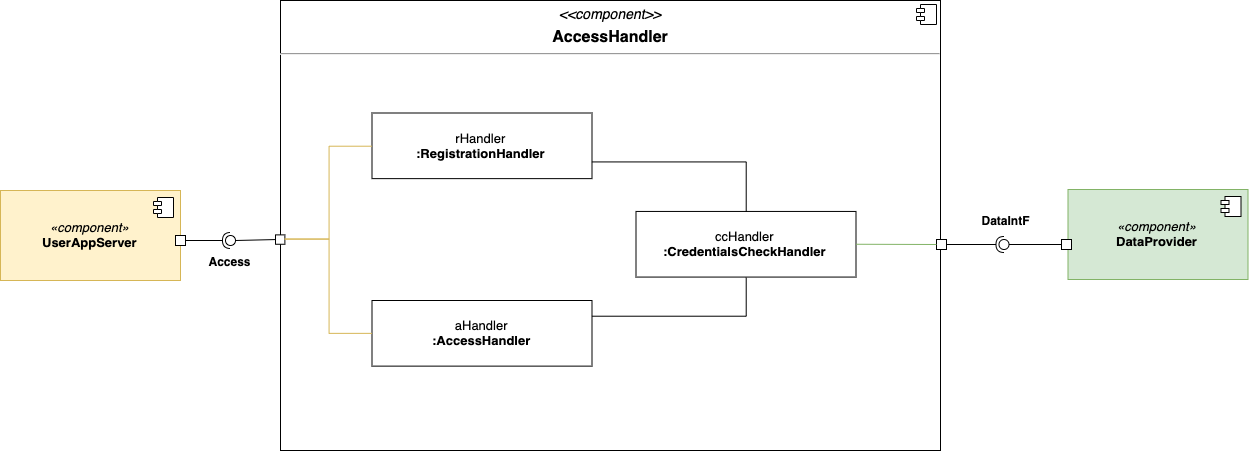
This is Releases/DD/img/diagrams/AccessHandlerComponent.png from amecava/safestreets, a draw.io export, as it was before one commit. Source tidied: cells renumbered, new cells last; positions are measured from the earlier drawing's top-left corner, leaving out a move shared by most shapes.
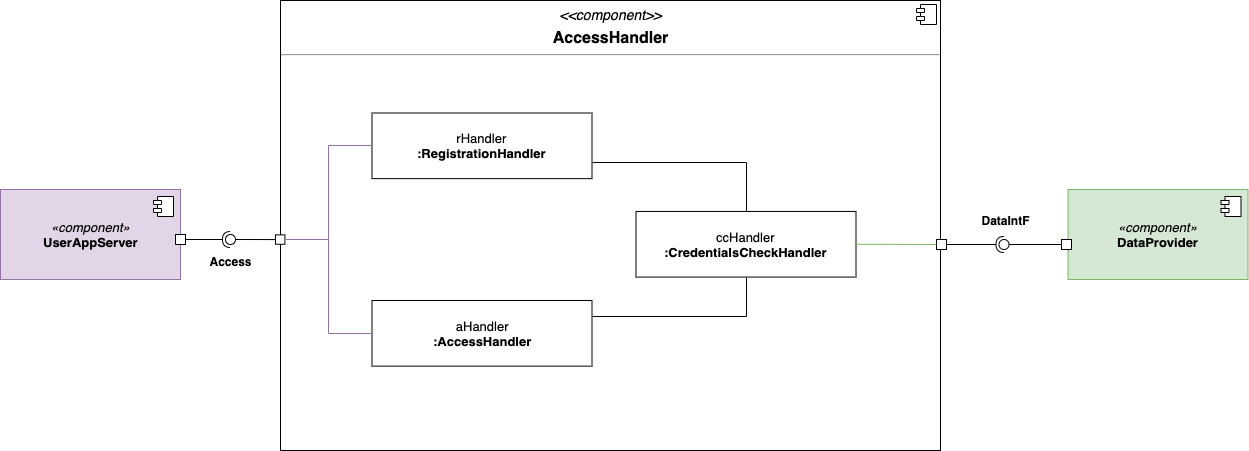
The same file after the commit.

Change to the diagram source:
```diff
@@ -2,7 +2,7 @@
   <root>
     <mxCell id="0" />
     <mxCell id="1" parent="0" />
-    <mxCell id="2" value="&lt;p style=&quot;margin: 6px 0px 0px ; text-align: center ; font-size: 14px&quot;&gt;&lt;i&gt;&lt;font style=&quot;font-size: 14px&quot;&gt;&amp;lt;&amp;lt;component&amp;gt;&amp;gt;&lt;/font&gt;&lt;/i&gt;&lt;/p&gt;&lt;p style=&quot;margin: 6px 0px 0px ; text-align: center&quot;&gt;&lt;b&gt;&lt;font style=&quot;font-size: 16px&quot;&gt;AccessHandler&lt;/font&gt;&lt;/b&gt;&lt;/p&gt;&lt;hr&gt;&lt;p style=&quot;margin: 0px ; margin-left: 8px&quot;&gt;&lt;br&gt;&lt;/p&gt;" style="align=left;overflow=fill;html=1;" parent="1" vertex="1">
+    <mxCell id="2" value="&lt;p style=&quot;margin: 6px 0px 0px ; text-align: center ; font-size: 14px&quot;&gt;&lt;i&gt;&lt;font style=&quot;font-size: 14px&quot;&gt;&amp;lt;&amp;lt;component&amp;gt;&amp;gt;&lt;/font&gt;&lt;/i&gt;&lt;/p&gt;&lt;p style=&quot;margin: 6px 0px 0px ; text-align: center&quot;&gt;&lt;span style=&quot;font-size: 16px&quot;&gt;&lt;b&gt;AccessHandler&lt;/b&gt;&lt;/span&gt;&lt;/p&gt;&lt;hr&gt;&lt;p style=&quot;margin: 0px ; margin-left: 8px&quot;&gt;&lt;br&gt;&lt;/p&gt;" style="align=left;overflow=fill;html=1;" parent="1" vertex="1">
       <mxGeometry x="280" width="660" height="450" as="geometry" />
     </mxCell>
     <mxCell id="3" style="shape=component;jettyWidth=8;jettyHeight=4;" parent="2" vertex="1">
@@ -28,20 +28,12 @@
     <mxCell id="9" style="whiteSpace=wrap;html=1;" parent="2" vertex="1">
       <mxGeometry x="-5" y="234.4" width="9.4" height="9.4" as="geometry" />
     </mxCell>
-    <mxCell id="10" style="endArrow=none;html=1;exitX=0;exitY=0.5;exitDx=0;exitDy=0;entryX=1;entryY=0.5;entryDx=0;entryDy=0;edgeStyle=orthogonalEdgeStyle;rounded=0;fillColor=#fff2cc;strokeColor=#d6b656;" parent="2" edge="1" source="4" target="9">
+    <mxCell id="10" style="endArrow=none;html=1;exitX=0;exitY=0.5;exitDx=0;exitDy=0;entryX=1;entryY=0.5;entryDx=0;entryDy=0;edgeStyle=orthogonalEdgeStyle;rounded=0;fillColor=#e1d5e7;strokeColor=#9673a6;" parent="2" edge="1" source="4" target="9">
       <mxGeometry relative="1" as="geometry" />
     </mxCell>
-    <mxCell id="11" style="endArrow=none;html=1;entryX=0;entryY=0.5;entryDx=0;entryDy=0;exitX=1;exitY=0.5;exitDx=0;exitDy=0;fillColor=#fff2cc;strokeColor=#d6b656;edgeStyle=orthogonalEdgeStyle;rounded=0;" parent="2" edge="1" source="9" target="5">
+    <mxCell id="11" style="endArrow=none;html=1;entryX=0;entryY=0.5;entryDx=0;entryDy=0;exitX=1;exitY=0.5;exitDx=0;exitDy=0;fillColor=#e1d5e7;strokeColor=#9673a6;edgeStyle=orthogonalEdgeStyle;rounded=0;" parent="2" edge="1" source="9" target="5">
       <mxGeometry relative="1" as="geometry" />
     </mxCell>
-    <mxCell id="12" value="&lt;i style=&quot;font-size: 13px;&quot;&gt;«component»&lt;br style=&quot;font-size: 13px;&quot;&gt;&lt;/i&gt;&lt;b style=&quot;font-size: 13px;&quot;&gt;UserAppServer&lt;/b&gt;" style="html=1;fillColor=#fff2cc;strokeColor=#d6b656;fontSize=13;" parent="1" vertex="1">
-      <mxGeometry y="190" width="180" height="90" as="geometry" />
-    </mxCell>
-    <mxCell id="13" style="shape=component;jettyWidth=8;jettyHeight=4;" parent="12" vertex="1">
-      <mxGeometry x="1" width="20" height="20" relative="1" as="geometry">
-        <mxPoint x="-27" y="7" as="offset" />
-      </mxGeometry>
-    </mxCell>
     <mxCell id="14" value="&lt;i style=&quot;font-size: 13px;&quot;&gt;«component»&lt;br style=&quot;font-size: 13px;&quot;&gt;&lt;/i&gt;&lt;b style=&quot;font-size: 13px;&quot;&gt;DataProvider&lt;/b&gt;" style="html=1;fillColor=#d5e8d4;strokeColor=#82b366;fontSize=13;" parent="1" vertex="1">
       <mxGeometry x="1067.5" y="189" width="180" height="90" as="geometry" />
     </mxCell>
@@ -50,9 +42,6 @@
         <mxPoint x="-27" y="7" as="offset" />
       </mxGeometry>
     </mxCell>
-    <mxCell id="16" style="whiteSpace=wrap;html=1;" parent="1" vertex="1">
-      <mxGeometry x="175" y="235" width="10" height="10" as="geometry" />
-    </mxCell>
     <mxCell id="17" style="whiteSpace=wrap;html=1;" parent="1" vertex="1">
       <mxGeometry x="936" y="239" width="10" height="10" as="geometry" />
     </mxCell>
@@ -62,11 +51,8 @@
     <mxCell id="19" style="rounded=0;jettySize=auto;html=1;endArrow=none;endFill=0;fontSize=13;exitX=0;exitY=0.5;exitDx=0;exitDy=0;" parent="1" edge="1" source="9" target="21">
       <mxGeometry relative="1" as="geometry" />
     </mxCell>
-    <mxCell id="20" style="rounded=0;jettySize=auto;html=1;endArrow=halfCircle;endFill=0;entryX=0.5;entryY=0.5;entryDx=0;entryDy=0;endSize=6;strokeWidth=1;fontSize=13;exitX=1;exitY=0.5;exitDx=0;exitDy=0;" parent="1" edge="1" source="16" target="21">
-      <mxGeometry relative="1" as="geometry" />
-    </mxCell>
     <mxCell id="21" style="ellipse;whiteSpace=wrap;html=1;fontFamily=Helvetica;fontSize=12;fontColor=#000000;align=center;strokeColor=#000000;fillColor=#ffffff;points=[];" parent="1" vertex="1">
-      <mxGeometry x="225" y="235" width="10" height="10" as="geometry" />
+      <mxGeometry x="225" y="234" width="10" height="10" as="geometry" />
     </mxCell>
     <mxCell id="22" style="rounded=0;jettySize=auto;html=1;endArrow=none;endFill=0;fontSize=13;exitX=0;exitY=0.5;exitDx=0;exitDy=0;" parent="1" edge="1" source="18" target="24">
       <mxGeometry relative="1" as="geometry" />
@@ -86,5 +72,21 @@
     <mxCell id="27" style="endArrow=none;html=1;fontSize=13;entryX=0;entryY=0.5;entryDx=0;entryDy=0;exitX=1;exitY=0.5;exitDx=0;exitDy=0;fillColor=#d5e8d4;strokeColor=#82b366;" parent="1" edge="1" source="6" target="17">
       <mxGeometry relative="1" as="geometry" />
     </mxCell>
+    <mxCell id="12" value="&lt;i style=&quot;font-size: 13px;&quot;&gt;«component»&lt;br style=&quot;font-size: 13px;&quot;&gt;&lt;/i&gt;&lt;b style=&quot;font-size: 13px;&quot;&gt;UserAppServer&lt;/b&gt;" style="html=1;fillColor=#e1d5e7;strokeColor=#9673a6;fontSize=13;" parent="1" vertex="1">
+      <mxGeometry y="189" width="180" height="90" as="geometry" />
+    </mxCell>
+    <mxCell id="28" style="shape=component;jettyWidth=8;jettyHeight=4;" parent="12" vertex="1">
+      <mxGeometry x="1" width="20" height="20" relative="1" as="geometry">
+        <mxPoint x="-27" y="7" as="offset" />
+      </mxGeometry>
+    </mxCell>
+    <mxCell id="29" style="whiteSpace=wrap;html=1;" parent="1" vertex="1">
+      <mxGeometry x="175" y="234" width="10" height="10" as="geometry" />
+    </mxCell>
+    <mxCell id="30" style="rounded=0;jettySize=auto;html=1;endArrow=halfCircle;endFill=0;entryX=0.5;entryY=0.5;entryDx=0;entryDy=0;endSize=6;strokeWidth=1;fontSize=13;exitX=1;exitY=0.5;exitDx=0;exitDy=0;" parent="1" edge="1" source="29">
+      <mxGeometry relative="1" as="geometry">
+        <mxPoint x="230" y="239" as="targetPoint" />
+      </mxGeometry>
+    </mxCell>
   </root>
 </mxGraphModel>
```
